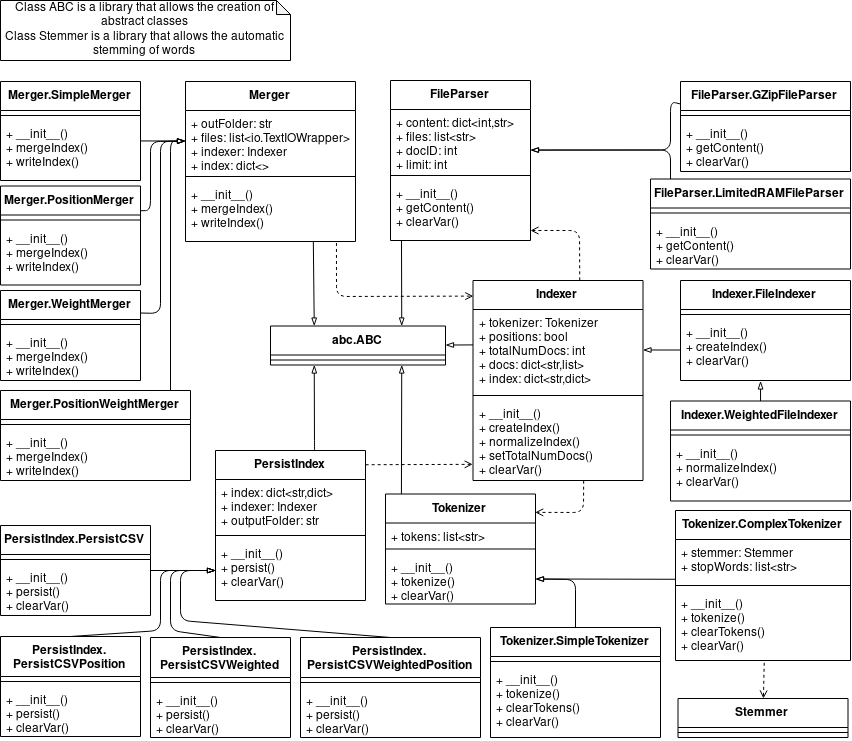
The draw.io diagram reports/report2/ClassDiagram_assign2.png in joao-alegria/RI, before a commit. Source tidied: cells renumbered, new cells last; positions are measured from the earlier drawing's top-left corner, leaving out a move shared by most shapes.
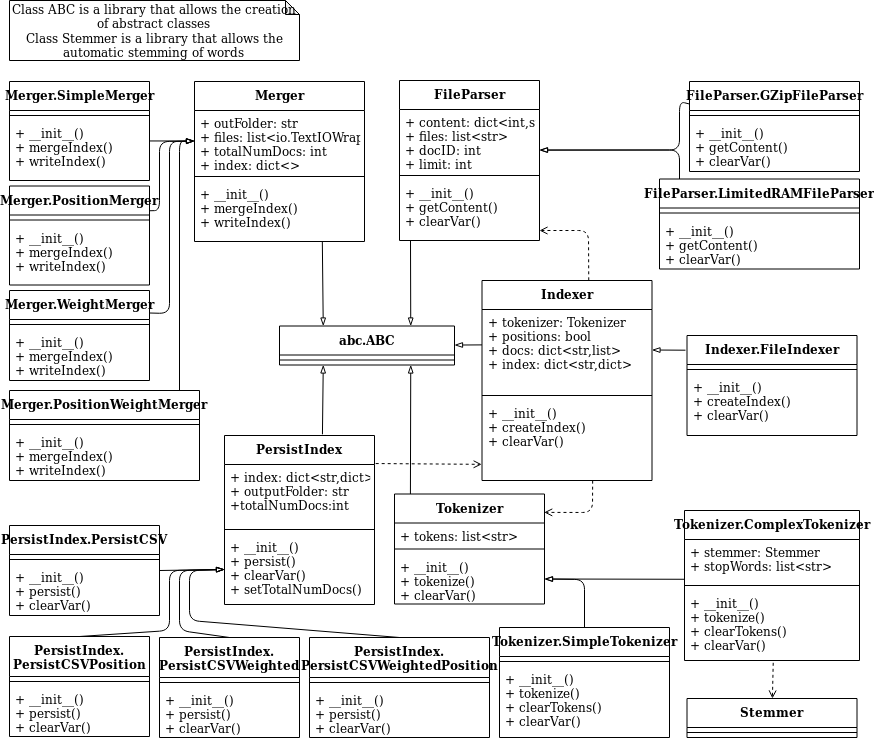
After the commit.

Commit message:
diagram update, repost update, README update

What changed in the source:
```diff
@@ -54,16 +54,16 @@
       </mxGeometry>
     </mxCell>
     <mxCell id="17" value="PersistIndex" style="swimlane;fontStyle=1;align=center;verticalAlign=top;horizontal=1;startSize=29;" parent="1" vertex="1">
-      <mxGeometry x="215" y="450" width="150" height="150" as="geometry" />
+      <mxGeometry x="215" y="435" width="150" height="169" as="geometry" />
     </mxCell>
-    <mxCell id="18" value="+ index: dict&lt;str,dict&gt;&#10;+ indexer: Indexer&#10;+ outputFolder: str&#10;" style="text;strokeColor=none;fillColor=none;align=left;verticalAlign=top;spacingLeft=4;spacingRight=4;overflow=hidden;" parent="17" vertex="1">
-      <mxGeometry y="29" width="150" height="51" as="geometry" />
+    <mxCell id="18" value="+ index: dict&lt;str,dict&gt;&#10;+ outputFolder: str&#10;+totalNumDocs:int&#10;&#10;&#10;" style="text;strokeColor=none;fillColor=none;align=left;verticalAlign=top;spacingLeft=4;spacingRight=4;overflow=hidden;" parent="17" vertex="1">
+      <mxGeometry y="29" width="150" height="60" as="geometry" />
     </mxCell>
     <mxCell id="19" style="line;strokeWidth=1;fillColor=none;align=left;verticalAlign=middle;spacingTop=-1;spacingLeft=3;spacingRight=3;labelPosition=right;" parent="17" vertex="1">
-      <mxGeometry y="80" width="150" height="10" as="geometry" />
+      <mxGeometry y="89" width="150" height="10" as="geometry" />
     </mxCell>
-    <mxCell id="20" value="+ __init__()&#10;+ persist()&#10;+ clearVar()&#10;" style="text;strokeColor=none;fillColor=none;align=left;verticalAlign=top;spacingLeft=4;spacingRight=4;overflow=hidden;points=[[0,0.5],[1,0.5]];portConstraint=eastwest;" parent="17" vertex="1">
-      <mxGeometry y="90" width="150" height="60" as="geometry" />
+    <mxCell id="20" value="+ __init__()&#10;+ persist()&#10;+ clearVar()&#10;+ setTotalNumDocs()" style="text;strokeColor=none;fillColor=none;align=left;verticalAlign=top;spacingLeft=4;spacingRight=4;overflow=hidden;points=[[0,0.5],[1,0.5]];portConstraint=eastwest;" parent="17" vertex="1">
+      <mxGeometry y="99" width="150" height="70" as="geometry" />
     </mxCell>
     <mxCell id="21" value="PersistIndex.PersistCSV" style="swimlane;fontStyle=1;align=center;verticalAlign=top;horizontal=1;startSize=29;" parent="1" vertex="1">
       <mxGeometry y="525" width="150" height="90" as="geometry" />
@@ -79,12 +79,8 @@
         <mxPoint x="150" y="570" as="sourcePoint" />
       </mxGeometry>
     </mxCell>
-    <mxCell id="25" style="endArrow=blockThin;html=1;exitX=0.66;exitY=0.004;exitDx=0;exitDy=0;endFill=0;entryX=0.25;entryY=1;entryDx=0;entryDy=0;exitPerimeter=0;" parent="1" edge="1" source="17" target="14">
-      <mxGeometry relative="1" as="geometry">
-        <Array as="points">
-          <mxPoint x="314" y="450" />
-        </Array>
-      </mxGeometry>
+    <mxCell id="25" style="endArrow=blockThin;html=1;endFill=0;entryX=0.25;entryY=1;entryDx=0;entryDy=0;exitX=0.653;exitY=-0.007;exitDx=0;exitDy=0;exitPerimeter=0;" parent="1" edge="1" source="17" target="14">
+      <mxGeometry relative="1" as="geometry" />
     </mxCell>
     <mxCell id="26" value="FileParser" style="swimlane;fontStyle=1;align=center;verticalAlign=top;horizontal=1;startSize=29;" parent="1" vertex="1">
       <mxGeometry x="390" y="80" width="140" height="160" as="geometry" />
@@ -196,7 +192,7 @@
     <mxCell id="52" value="Merger" style="swimlane;fontStyle=1;align=center;verticalAlign=top;horizontal=1;startSize=29;" parent="1" vertex="1">
       <mxGeometry x="185" y="81" width="170" height="160" as="geometry" />
     </mxCell>
-    <mxCell id="53" value="+ outFolder: str&#10;+ files: list&lt;io.TextIOWrapper&gt;&#10;+ indexer: Indexer&#10;+ index: dict&lt;&gt;&#10;&#10;" style="text;strokeColor=none;fillColor=none;align=left;verticalAlign=top;spacingLeft=4;spacingRight=4;overflow=hidden;points=[[0,0.5],[1,0.5]];portConstraint=eastwest;" parent="52" vertex="1">
+    <mxCell id="53" value="+ outFolder: str&#10;+ files: list&lt;io.TextIOWrapper&gt;&#10;+ totalNumDocs: int&#10;+ index: dict&lt;&gt;&#10;&#10;" style="text;strokeColor=none;fillColor=none;align=left;verticalAlign=top;spacingLeft=4;spacingRight=4;overflow=hidden;points=[[0,0.5],[1,0.5]];portConstraint=eastwest;" parent="52" vertex="1">
       <mxGeometry y="29" width="170" height="61" as="geometry" />
     </mxCell>
     <mxCell id="54" style="line;strokeWidth=1;fillColor=none;align=left;verticalAlign=middle;spacingTop=-1;spacingLeft=3;spacingRight=3;labelPosition=right;" parent="52" vertex="1">
@@ -274,17 +270,17 @@
     <mxCell id="73" value="Indexer" style="swimlane;fontStyle=1;align=center;verticalAlign=top;horizontal=1;startSize=29;" parent="1" vertex="1">
       <mxGeometry x="472.5" y="280" width="170" height="200" as="geometry" />
     </mxCell>
-    <mxCell id="74" value="+ tokenizer: Tokenizer&#10;+ positions: bool &#10;+ totalNumDocs: int&#10;+ docs: dict&lt;str,list&gt;&#10;+ index: dict&lt;str,dict&gt;&#10;&#10;" style="text;strokeColor=none;fillColor=none;align=left;verticalAlign=top;spacingLeft=4;spacingRight=4;overflow=hidden;points=[[0,0.5],[1,0.5]];portConstraint=eastwest;" parent="73" vertex="1">
+    <mxCell id="74" value="+ tokenizer: Tokenizer&#10;+ positions: bool &#10;+ docs: dict&lt;str,list&gt;&#10;+ index: dict&lt;str,dict&gt;&#10;&#10;" style="text;strokeColor=none;fillColor=none;align=left;verticalAlign=top;spacingLeft=4;spacingRight=4;overflow=hidden;points=[[0,0.5],[1,0.5]];portConstraint=eastwest;" parent="73" vertex="1">
       <mxGeometry y="29" width="170" height="81" as="geometry" />
     </mxCell>
     <mxCell id="75" style="line;strokeWidth=1;fillColor=none;align=left;verticalAlign=middle;spacingTop=-1;spacingLeft=3;spacingRight=3;labelPosition=right;" parent="73" vertex="1">
       <mxGeometry y="110" width="170" height="10" as="geometry" />
     </mxCell>
-    <mxCell id="76" value="+ __init__()&#10;+ createIndex()&#10;+ normalizeIndex()&#10;+ setTotalNumDocs()&#10;+ clearVar()&#10;&#10;" style="text;strokeColor=none;fillColor=none;align=left;verticalAlign=top;spacingLeft=4;spacingRight=4;overflow=hidden;points=[[0,0.5],[1,0.5]];portConstraint=eastwest;" parent="73" vertex="1">
+    <mxCell id="76" value="+ __init__()&#10;+ createIndex()&#10;+ clearVar()" style="text;strokeColor=none;fillColor=none;align=left;verticalAlign=top;spacingLeft=4;spacingRight=4;overflow=hidden;points=[[0,0.5],[1,0.5]];portConstraint=eastwest;" parent="73" vertex="1">
       <mxGeometry y="120" width="170" height="80" as="geometry" />
     </mxCell>
     <mxCell id="77" value="Indexer.FileIndexer" style="swimlane;fontStyle=1;align=center;verticalAlign=top;horizontal=1;startSize=29;" parent="1" vertex="1">
-      <mxGeometry x="680" y="280" width="170" height="100" as="geometry" />
+      <mxGeometry x="677.5" y="335" width="170" height="100" as="geometry" />
     </mxCell>
     <mxCell id="78" style="line;strokeWidth=1;fillColor=none;align=left;verticalAlign=middle;spacingTop=-1;spacingLeft=3;spacingRight=3;labelPosition=right;" parent="77" vertex="1">
       <mxGeometry y="29" width="170" height="10" as="geometry" />
@@ -292,24 +288,12 @@
     <mxCell id="79" value="+ __init__()&#10;+ createIndex()&#10;+ clearVar()&#10;&#10;" style="text;strokeColor=none;fillColor=none;align=left;verticalAlign=top;spacingLeft=4;spacingRight=4;overflow=hidden;points=[[0,0.5],[1,0.5]];portConstraint=eastwest;" parent="77" vertex="1">
       <mxGeometry y="39" width="170" height="61" as="geometry" />
     </mxCell>
-    <mxCell id="80" style="endArrow=blockThin;html=1;endFill=0;entryX=1;entryY=0.5;entryDx=0;entryDy=0;exitX=0;exitY=0.5;exitDx=0;exitDy=0;" parent="1" edge="1" source="79" target="74">
+    <mxCell id="80" style="endArrow=blockThin;html=1;endFill=0;entryX=1;entryY=0.5;entryDx=0;entryDy=0;exitX=-0.009;exitY=0.147;exitDx=0;exitDy=0;exitPerimeter=0;" parent="1" edge="1" source="77" target="74">
       <mxGeometry relative="1" as="geometry" />
     </mxCell>
     <mxCell id="81" style="endArrow=blockThin;html=1;endFill=0;exitX=0;exitY=0.437;exitDx=0;exitDy=0;exitPerimeter=0;" parent="1" edge="1" source="74" target="14">
       <mxGeometry relative="1" as="geometry" />
     </mxCell>
-    <mxCell id="82" value="Indexer.WeightedFileIndexer" style="swimlane;fontStyle=1;align=center;verticalAlign=top;horizontal=1;startSize=29;" parent="1" vertex="1">
-      <mxGeometry x="670" y="400.5" width="180" height="100" as="geometry" />
-    </mxCell>
-    <mxCell id="83" style="line;strokeWidth=1;fillColor=none;align=left;verticalAlign=middle;spacingTop=-1;spacingLeft=3;spacingRight=3;labelPosition=right;" parent="82" vertex="1">
-      <mxGeometry y="29" width="180" height="10" as="geometry" />
-    </mxCell>
-    <mxCell id="84" value="+ __init__()&#10;+ normalizeIndex()&#10;+ clearVar()&#10;&#10;" style="text;strokeColor=none;fillColor=none;align=left;verticalAlign=top;spacingLeft=4;spacingRight=4;overflow=hidden;" parent="82" vertex="1">
-      <mxGeometry y="39" width="180" height="61" as="geometry" />
-    </mxCell>
-    <mxCell id="85" style="endArrow=blockThin;html=1;endFill=0;entryX=0.471;entryY=1.008;entryDx=0;entryDy=0;entryPerimeter=0;" parent="1" edge="1" source="82" target="79">
-      <mxGeometry relative="1" as="geometry" />
-    </mxCell>
     <mxCell id="86" style="endArrow=open;html=1;endFill=0;dashed=1;exitX=0.628;exitY=-0.001;exitDx=0;exitDy=0;exitPerimeter=0;" parent="1" edge="1" source="73">
       <mxGeometry relative="1" as="geometry">
         <mxPoint x="530" y="230" as="targetPoint" />
@@ -337,15 +321,8 @@
     <mxCell id="91" value="+ __init__()&#10;+ tokenize()&#10;+ clearVar()&#10;&#10;" style="text;strokeColor=none;fillColor=none;align=left;verticalAlign=top;spacingLeft=4;spacingRight=4;overflow=hidden;points=[[0,0.5],[1,0.5]];portConstraint=eastwest;" parent="88" vertex="1">
       <mxGeometry y="60" width="150" height="50" as="geometry" />
     </mxCell>
-    <mxCell id="92" style="endArrow=open;html=1;endFill=0;dashed=1;entryX=-0.002;entryY=0.798;entryDx=0;entryDy=0;entryPerimeter=0;exitX=1.001;exitY=0.095;exitDx=0;exitDy=0;exitPerimeter=0;" parent="1" edge="1" source="17" target="76">
+    <mxCell id="92" style="endArrow=open;html=1;endFill=0;dashed=1;entryX=-0.002;entryY=0.798;entryDx=0;entryDy=0;entryPerimeter=0;exitX=1.008;exitY=0.166;exitDx=0;exitDy=0;exitPerimeter=0;" parent="1" edge="1" source="17" target="76">
       <mxGeometry relative="1" as="geometry" />
     </mxCell>
-    <mxCell id="93" style="endArrow=open;html=1;endFill=0;dashed=1;entryX=0.002;entryY=0.078;entryDx=0;entryDy=0;entryPerimeter=0;exitX=0.888;exitY=1.024;exitDx=0;exitDy=0;exitPerimeter=0;" parent="1" edge="1" source="55" target="73">
-      <mxGeometry relative="1" as="geometry">
-        <Array as="points">
-          <mxPoint x="336" y="296" />
-        </Array>
-      </mxGeometry>
-    </mxCell>
   </root>
 </mxGraphModel>
```
